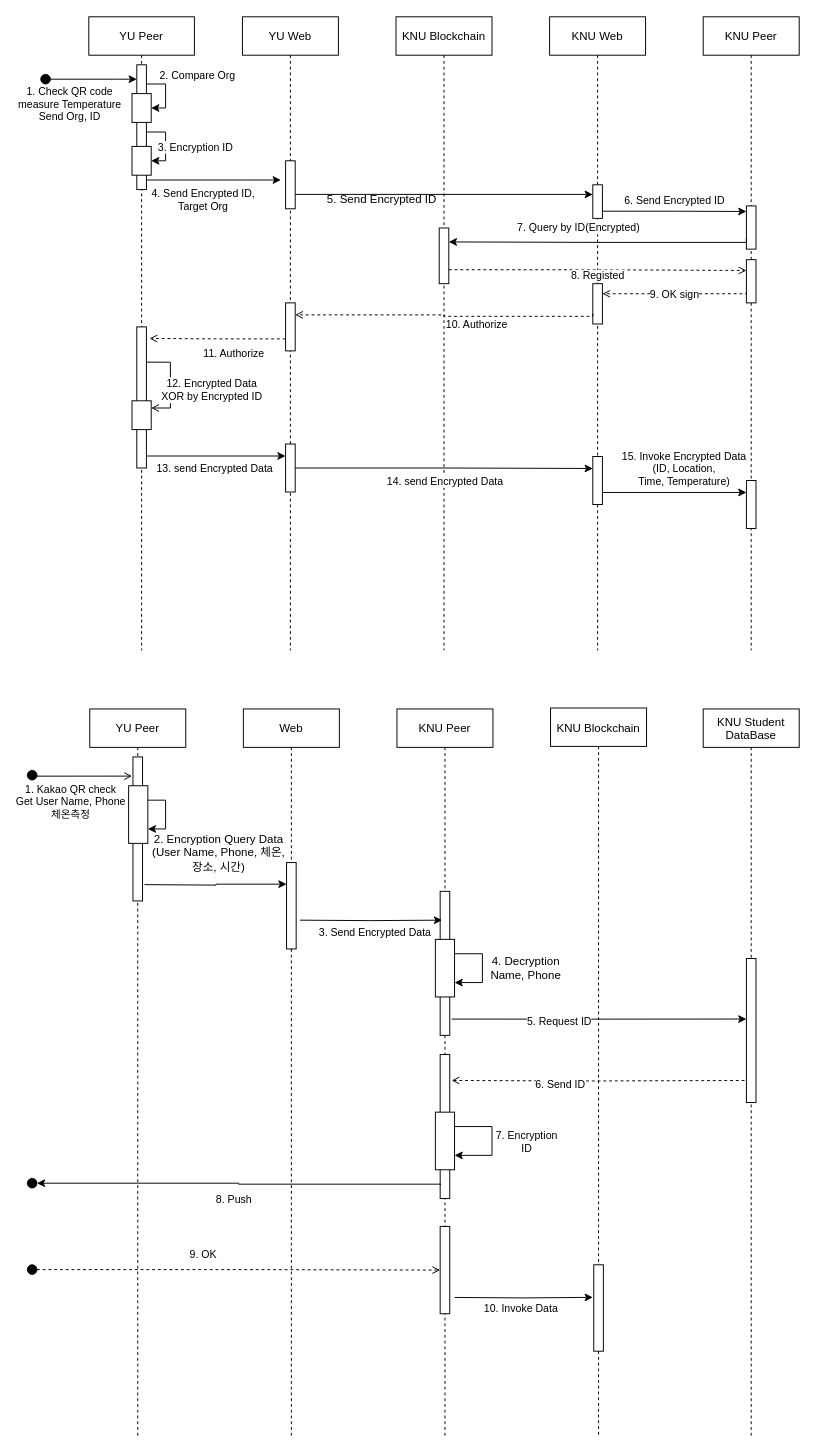
Earlier version of the draw.io diagram page "check by other org" (1 of 3) of Sequence Diagram.drawio (GunhyungKim/TrackingSystem). Source tidied: cells renumbered, new cells numbered last; positions are measured from the earlier drawing's top-left corner, leaving out a move shared by most shapes. Both pictures are drawn from the tidied source at 96%, with x=0, y=0 at pixel (27, 16).
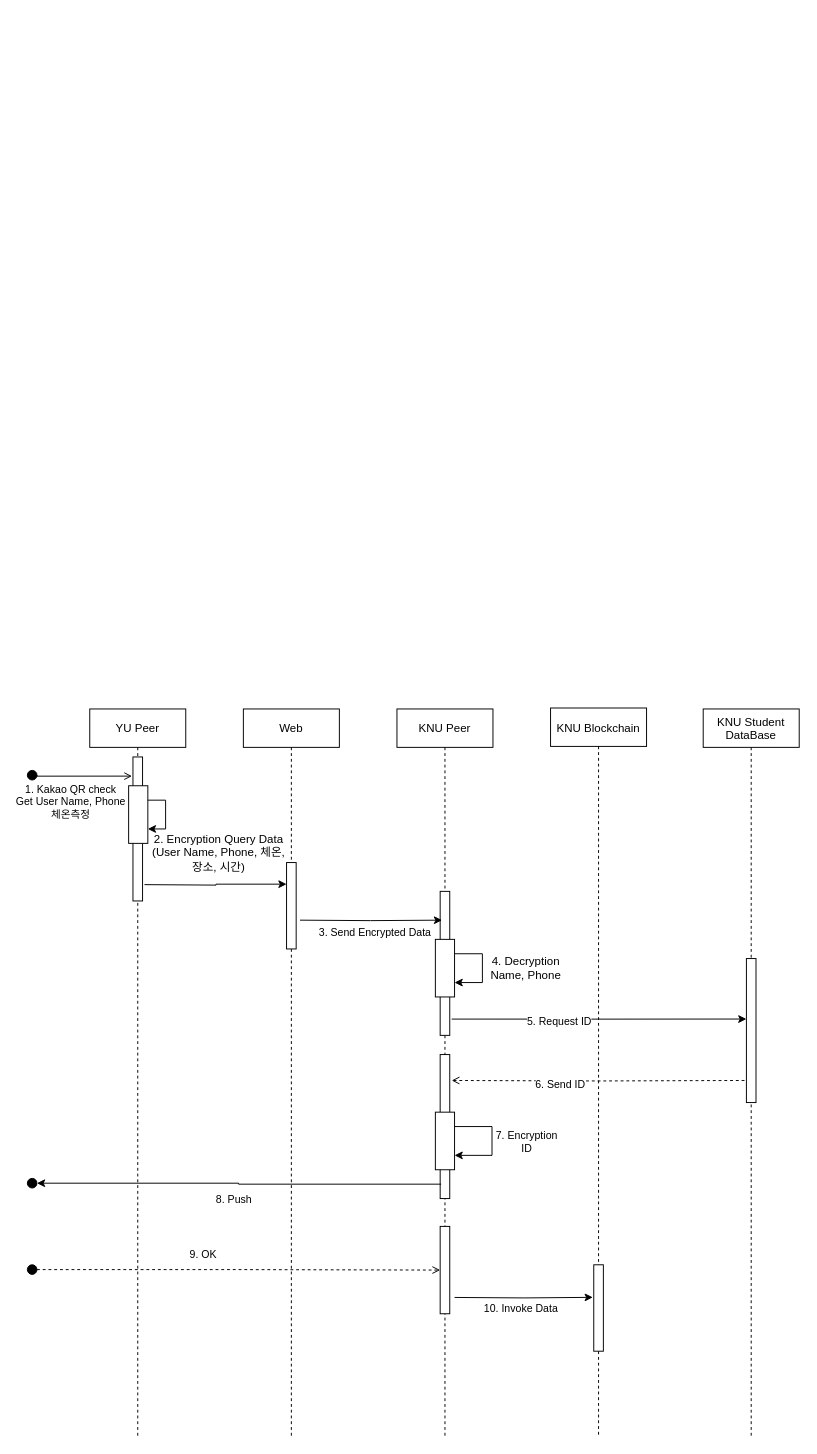
After the change.

The edit, as a diff of the source:
```diff
@@
-    <mxCell id="2" value="YU Peer" style="shape=umlLifeline;perimeter=lifelinePerimeter;rounded=0;shadow=0;strokeWidth=1;" parent="1" vertex="1">
-      <mxGeometry x="64" width="110" height="660" as="geometry" />
-    </mxCell>
-    <mxCell id="3" style="edgeStyle=orthogonalEdgeStyle;rounded=0;jettySize=auto;html=1;exitX=1;exitY=0.25;exitDx=0;exitDy=0;entryX=1;entryY=0.25;entryDx=0;entryDy=0;endArrow=open;endFill=0;" parent="2" edge="1" source="4" target="5">
-      <mxGeometry relative="1" as="geometry" />
-    </mxCell>
-    <mxCell id="4" style="rounded=0;whiteSpace=wrap;html=1;" parent="2" vertex="1">
-      <mxGeometry x="50" y="323" width="10" height="147" as="geometry" />
-    </mxCell>
-    <mxCell id="5" style="rounded=0;whiteSpace=wrap;html=1;fillColor=#FFFFFF;" parent="2" vertex="1">
-      <mxGeometry x="45" y="400" width="20" height="30" as="geometry" />
-    </mxCell>
-    <mxCell id="6" value="YU Web" style="shape=umlLifeline;perimeter=lifelinePerimeter;rounded=0;shadow=0;strokeWidth=1;" parent="1" vertex="1">
-      <mxGeometry x="224" width="100" height="660" as="geometry" />
-    </mxCell>
-    <mxCell id="7" style="rounded=0;whiteSpace=wrap;html=1;" parent="6" vertex="1">
-      <mxGeometry x="45" y="150" width="10" height="50" as="geometry" />
-    </mxCell>
-    <mxCell id="8" style="rounded=0;whiteSpace=wrap;html=1;" parent="6" vertex="1">
-      <mxGeometry x="45" y="298" width="10" height="50" as="geometry" />
-    </mxCell>
-    <mxCell id="9" style="rounded=0;whiteSpace=wrap;html=1;" parent="6" vertex="1">
-      <mxGeometry x="45" y="445" width="10" height="50" as="geometry" />
-    </mxCell>
-    <mxCell id="10" value="KNU Web" style="shape=umlLifeline;perimeter=lifelinePerimeter;rounded=0;shadow=0;strokeWidth=1;" parent="1" vertex="1">
-      <mxGeometry x="544" width="100" height="660" as="geometry" />
-    </mxCell>
-    <mxCell id="11" style="rounded=0;whiteSpace=wrap;html=1;" parent="10" vertex="1">
-      <mxGeometry x="45" y="175" width="10" height="35" as="geometry" />
-    </mxCell>
-    <mxCell id="12" style="rounded=0;whiteSpace=wrap;html=1;" parent="10" vertex="1">
-      <mxGeometry x="45" y="278" width="10" height="42" as="geometry" />
-    </mxCell>
-    <mxCell id="13" style="rounded=0;whiteSpace=wrap;html=1;" parent="10" vertex="1">
-      <mxGeometry x="45" y="458" width="10" height="50" as="geometry" />
-    </mxCell>
-    <mxCell id="14" value="KNU Peer" style="shape=umlLifeline;perimeter=lifelinePerimeter;rounded=0;shadow=0;strokeWidth=1;" parent="1" vertex="1">
-      <mxGeometry x="704" width="100" height="660" as="geometry" />
-    </mxCell>
-    <mxCell id="15" style="rounded=0;whiteSpace=wrap;html=1;" parent="14" vertex="1">
-      <mxGeometry x="45" y="197" width="10" height="45" as="geometry" />
-    </mxCell>
-    <mxCell id="16" style="rounded=0;whiteSpace=wrap;html=1;" parent="14" vertex="1">
-      <mxGeometry x="45" y="253" width="10" height="45" as="geometry" />
-    </mxCell>
-    <mxCell id="17" style="rounded=0;whiteSpace=wrap;html=1;" parent="14" vertex="1">
-      <mxGeometry x="45" y="483" width="10" height="50" as="geometry" />
-    </mxCell>
-    <mxCell id="18" style="edgeStyle=orthogonalEdgeStyle;rounded=0;jettySize=auto;html=1;entryX=1;entryY=0.5;entryDx=0;entryDy=0;" parent="1" edge="1" source="24" target="30">
-      <mxGeometry relative="1" as="geometry">
-        <Array as="points">
-          <mxPoint x="144" y="70" />
-          <mxPoint x="144" y="95" />
-        </Array>
-      </mxGeometry>
-    </mxCell>
-    <mxCell id="19" value="2. Compare Org" style="edgeLabel;html=1;align=center;verticalAlign=middle;" parent="18" vertex="1">
-      <mxGeometry x="-0.5" y="-12" relative="1" as="geometry">
-        <mxPoint x="37.5" y="-22" as="offset" />
-      </mxGeometry>
-    </mxCell>
-    <mxCell id="20" style="edgeStyle=orthogonalEdgeStyle;rounded=0;jettySize=auto;html=1;entryX=1;entryY=0.5;entryDx=0;entryDy=0;" parent="1" edge="1" source="24" target="31">
-      <mxGeometry relative="1" as="geometry">
-        <Array as="points">
-          <mxPoint x="144" y="120" />
-          <mxPoint x="144" y="150" />
-        </Array>
-      </mxGeometry>
-    </mxCell>
-    <mxCell id="21" value="3. Encryption ID" style="edgeLabel;html=1;align=center;verticalAlign=middle;" parent="20" vertex="1">
-      <mxGeometry x="-0.39" y="-3" relative="1" as="geometry">
-        <mxPoint x="33" y="15" as="offset" />
-      </mxGeometry>
-    </mxCell>
-    <mxCell id="22" style="edgeStyle=orthogonalEdgeStyle;rounded=0;jettySize=auto;html=1;" parent="1" edge="1" source="24">
-      <mxGeometry relative="1" as="geometry">
-        <mxPoint x="264" y="170" as="targetPoint" />
-        <Array as="points">
-          <mxPoint x="224" y="170" />
-          <mxPoint x="224" y="170" />
-        </Array>
-      </mxGeometry>
-    </mxCell>
-    <mxCell id="23" value="4. Send Encrypted ID,&lt;br&gt;Target Org" style="edgeLabel;html=1;align=center;verticalAlign=middle;" parent="22" vertex="1">
-      <mxGeometry x="-0.69" y="3" relative="1" as="geometry">
-        <mxPoint x="36.7" y="23" as="offset" />
-      </mxGeometry>
-    </mxCell>
-    <mxCell id="24" style="rounded=0;whiteSpace=wrap;html=1;" parent="1" vertex="1">
-      <mxGeometry x="114" y="50" width="10" height="130" as="geometry" />
-    </mxCell>
-    <mxCell id="25" style="edgeStyle=orthogonalEdgeStyle;rounded=0;jettySize=auto;html=1;" parent="1" edge="1" source="27" target="24">
-      <mxGeometry relative="1" as="geometry">
-        <Array as="points">
-          <mxPoint x="94" y="65" />
-          <mxPoint x="94" y="65" />
-        </Array>
-      </mxGeometry>
-    </mxCell>
-    <mxCell id="26" value="1. Check QR code&lt;br&gt;measure Temperature&lt;br&gt;Send Org, ID" style="edgeLabel;html=1;align=center;verticalAlign=middle;" parent="25" vertex="1">
-      <mxGeometry x="0.76" y="-92" relative="1" as="geometry">
-        <mxPoint x="-59.2" y="-67" as="offset" />
-      </mxGeometry>
-    </mxCell>
-    <mxCell id="27" style="ellipse;whiteSpace=wrap;html=1;fillColor=#000000;" parent="1" vertex="1">
-      <mxGeometry x="14" y="60" width="10" height="10" as="geometry" />
-    </mxCell>
-    <mxCell id="28" value="KNU Blockchain" style="shape=umlLifeline;perimeter=lifelinePerimeter;rounded=0;shadow=0;strokeWidth=1;" parent="1" vertex="1">
-      <mxGeometry x="384" width="100" height="660" as="geometry" />
-    </mxCell>
-    <mxCell id="29" style="rounded=0;whiteSpace=wrap;html=1;" parent="28" vertex="1">
-      <mxGeometry x="45" y="220" width="10" height="58" as="geometry" />
-    </mxCell>
-    <mxCell id="30" style="rounded=0;whiteSpace=wrap;html=1;fillColor=#FFFFFF;" parent="1" vertex="1">
-      <mxGeometry x="109" y="80" width="20" height="30" as="geometry" />
-    </mxCell>
-    <mxCell id="31" style="rounded=0;whiteSpace=wrap;html=1;fillColor=#FFFFFF;" parent="1" vertex="1">
-      <mxGeometry x="109" y="135" width="20" height="30" as="geometry" />
-    </mxCell>
-    <mxCell id="32" style="edgeStyle=orthogonalEdgeStyle;rounded=0;jettySize=auto;html=1;entryX=0;entryY=0.286;entryDx=0;entryDy=0;entryPerimeter=0;" parent="1" edge="1" target="11">
-      <mxGeometry relative="1" as="geometry">
-        <mxPoint x="279" y="185" as="sourcePoint" />
-        <Array as="points">
-          <mxPoint x="354" y="185" />
-          <mxPoint x="354" y="185" />
-        </Array>
-      </mxGeometry>
-    </mxCell>
-    <mxCell id="33" style="edgeStyle=orthogonalEdgeStyle;rounded=0;orthogonalLoop=1;jettySize=auto;html=1;exitX=1;exitY=0.75;exitDx=0;exitDy=0;entryX=0;entryY=0.25;entryDx=0;entryDy=0;" parent="1" edge="1">
-      <mxGeometry relative="1" as="geometry">
-        <mxPoint x="599" y="202.5" as="sourcePoint" />
-        <mxPoint x="749" y="202.8" as="targetPoint" />
-        <Array as="points">
-          <mxPoint x="674" y="203" />
-          <mxPoint x="749" y="203" />
-        </Array>
-      </mxGeometry>
-    </mxCell>
-    <mxCell id="34" value="6. Send Encrypted ID" style="edgeLabel;html=1;align=center;verticalAlign=middle;" parent="33" vertex="1">
-      <mxGeometry x="-0.28" relative="1" as="geometry">
-        <mxPoint x="20.8" y="-12.5" as="offset" />
-      </mxGeometry>
-    </mxCell>
-    <mxCell id="35" style="edgeStyle=orthogonalEdgeStyle;rounded=0;jettySize=auto;html=1;exitX=0;exitY=0.75;exitDx=0;exitDy=0;entryX=1;entryY=0.25;entryDx=0;entryDy=0;" parent="1" edge="1" source="15" target="29">
-      <mxGeometry relative="1" as="geometry">
-        <Array as="points">
-          <mxPoint x="749" y="235" />
-          <mxPoint x="594" y="235" />
-        </Array>
-      </mxGeometry>
-    </mxCell>
-    <mxCell id="36" value="7. Query by ID(Encrypted)" style="edgeLabel;html=1;align=center;verticalAlign=middle;" parent="35" vertex="1">
-      <mxGeometry x="0.26" y="1" relative="1" as="geometry">
-        <mxPoint x="18.2" y="-15.9" as="offset" />
-      </mxGeometry>
-    </mxCell>
-    <mxCell id="37" style="edgeStyle=orthogonalEdgeStyle;rounded=0;jettySize=auto;html=1;exitX=1;exitY=0.75;exitDx=0;exitDy=0;entryX=0;entryY=0.25;entryDx=0;entryDy=0;endArrow=open;endFill=0;dashed=1;" parent="1" edge="1" source="29" target="16">
-      <mxGeometry relative="1" as="geometry">
-        <Array as="points">
-          <mxPoint x="594" y="264" />
-        </Array>
-      </mxGeometry>
-    </mxCell>
-    <mxCell id="38" value="8. Registed" style="edgeLabel;html=1;align=center;verticalAlign=middle;" parent="37" vertex="1">
-      <mxGeometry x="0.4" relative="1" as="geometry">
-        <mxPoint x="-62.5" y="6.2" as="offset" />
-      </mxGeometry>
-    </mxCell>
-    <mxCell id="39" value="5. Send Encrypted ID" style="text;html=1;align=center;verticalAlign=middle;" parent="1" vertex="1">
-      <mxGeometry x="304" y="180" width="130" height="20" as="geometry" />
-    </mxCell>
-    <mxCell id="40" style="edgeStyle=orthogonalEdgeStyle;rounded=0;jettySize=auto;html=1;exitX=0;exitY=0.75;exitDx=0;exitDy=0;entryX=1;entryY=0.25;entryDx=0;entryDy=0;endArrow=open;endFill=0;dashed=1;" parent="1" edge="1" source="16" target="12">
-      <mxGeometry relative="1" as="geometry">
-        <Array as="points">
-          <mxPoint x="749" y="289" />
-        </Array>
-      </mxGeometry>
-    </mxCell>
-    <mxCell id="41" value="9. OK sign" style="edgeLabel;html=1;align=center;verticalAlign=middle;" parent="40" vertex="1">
-      <mxGeometry x="-0.19" relative="1" as="geometry">
-        <mxPoint x="-15.9" as="offset" />
-      </mxGeometry>
-    </mxCell>
-    <mxCell id="42" style="edgeStyle=orthogonalEdgeStyle;rounded=0;jettySize=auto;html=1;exitX=0;exitY=0.75;exitDx=0;exitDy=0;entryX=1;entryY=0.25;entryDx=0;entryDy=0;dashed=1;endArrow=open;endFill=0;" parent="1" edge="1" source="12" target="8">
-      <mxGeometry relative="1" as="geometry">
-        <Array as="points">
-          <mxPoint x="434" y="312" />
-          <mxPoint x="434" y="311" />
-        </Array>
-      </mxGeometry>
-    </mxCell>
-    <mxCell id="43" value="10. Authorize" style="edgeLabel;html=1;align=center;verticalAlign=middle;" parent="42" vertex="1">
-      <mxGeometry x="-0.2" y="-2" relative="1" as="geometry">
-        <mxPoint x="2" y="10" as="offset" />
-      </mxGeometry>
-    </mxCell>
-    <mxCell id="44" style="edgeStyle=orthogonalEdgeStyle;rounded=0;jettySize=auto;html=1;exitX=0;exitY=0.75;exitDx=0;exitDy=0;dashed=1;endArrow=open;endFill=0;entryX=1.333;entryY=0.082;entryDx=0;entryDy=0;entryPerimeter=0;" parent="1" edge="1" source="8" target="4">
-      <mxGeometry relative="1" as="geometry" />
-    </mxCell>
-    <mxCell id="45" value="11. Authorize" style="edgeLabel;html=1;align=center;verticalAlign=middle;" parent="44" vertex="1">
-      <mxGeometry x="0.01" y="10" relative="1" as="geometry">
-        <mxPoint x="17.5" y="4.5" as="offset" />
-      </mxGeometry>
-    </mxCell>
-    <mxCell id="46" value="12. Encrypted Data&lt;br&gt;XOR by Encrypted ID" style="edgeLabel;html=1;align=center;verticalAlign=middle;" parent="1" vertex="1">
-      <mxGeometry x="184" y="390" as="geometry">
-        <mxPoint x="7" y="-2" as="offset" />
-      </mxGeometry>
-    </mxCell>
-    <mxCell id="47" style="edgeStyle=orthogonalEdgeStyle;rounded=0;jettySize=auto;html=1;exitX=1.083;exitY=0.915;exitDx=0;exitDy=0;entryX=0;entryY=0.25;entryDx=0;entryDy=0;exitPerimeter=0;" parent="1" edge="1" source="4" target="9">
-      <mxGeometry relative="1" as="geometry" />
-    </mxCell>
-    <mxCell id="48" value="13. send Encrypted Data" style="edgeLabel;html=1;align=center;verticalAlign=middle;" parent="47" vertex="1">
-      <mxGeometry x="-0.29" y="-1" relative="1" as="geometry">
-        <mxPoint x="18.3" y="11.5" as="offset" />
-      </mxGeometry>
-    </mxCell>
-    <mxCell id="49" value="14. send Encrypted Data" style="edgeLabel;html=1;align=center;verticalAlign=middle;" parent="47" vertex="1">
-      <mxGeometry x="-0.29" y="-1" relative="1" as="geometry">
-        <mxPoint x="258.3" y="24.5" as="offset" />
-      </mxGeometry>
-    </mxCell>
-    <mxCell id="50" style="edgeStyle=orthogonalEdgeStyle;rounded=0;jettySize=auto;html=1;exitX=1;exitY=0.5;exitDx=0;exitDy=0;entryX=0;entryY=0.25;entryDx=0;entryDy=0;" parent="1" edge="1" source="9" target="13">
-      <mxGeometry relative="1" as="geometry" />
-    </mxCell>
-    <mxCell id="51" style="edgeStyle=orthogonalEdgeStyle;rounded=0;jettySize=auto;html=1;exitX=1;exitY=0.75;exitDx=0;exitDy=0;entryX=0;entryY=0.25;entryDx=0;entryDy=0;" parent="1" edge="1" source="13" target="17">
-      <mxGeometry relative="1" as="geometry" />
-    </mxCell>
-    <mxCell id="52" value="15. Invoke Encrypted Data&lt;br&gt;(ID, Location,&lt;br&gt;Time, Temperature)" style="edgeLabel;html=1;align=center;verticalAlign=middle;" parent="51" vertex="1">
-      <mxGeometry x="0.23" y="-1" relative="1" as="geometry">
-        <mxPoint x="-7.5" y="-26.5" as="offset" />
-      </mxGeometry>
-    </mxCell>
```
